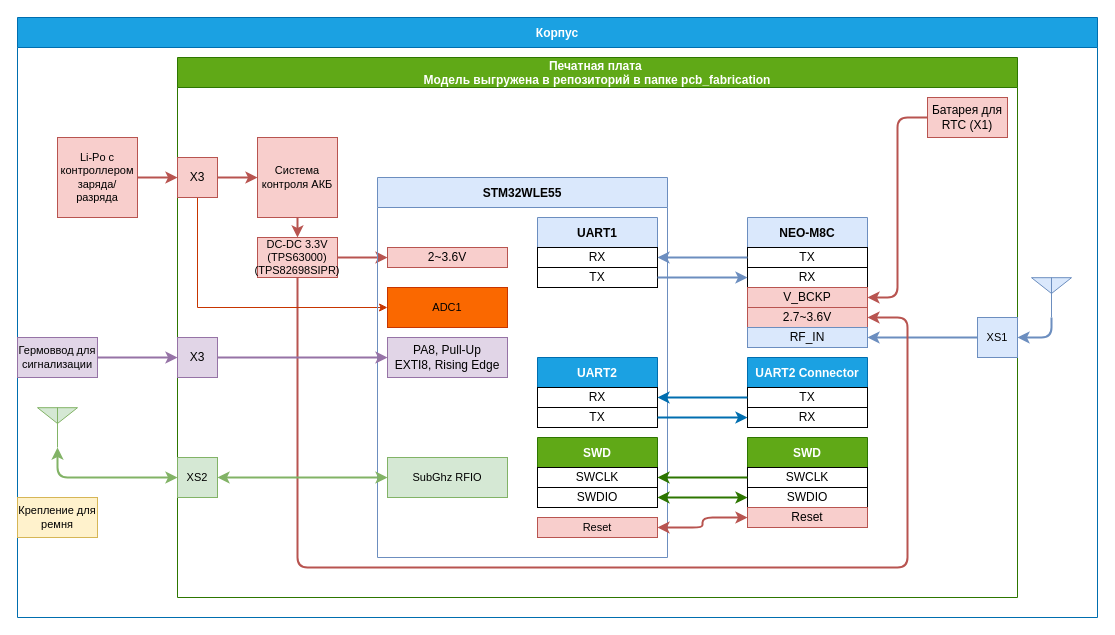
Before: doc/Структурная схема Peggy Tracker.drawio in Kvenecusghost/Peggy, a draw.io diagram. Source tidied: cells renumbered, new cells numbered last; positions are measured from the earlier drawing's top-left corner, leaving out a move shared by most shapes. Both pictures are drawn from the tidied source at 100%, with x=0, y=0 at pixel (17, 17).
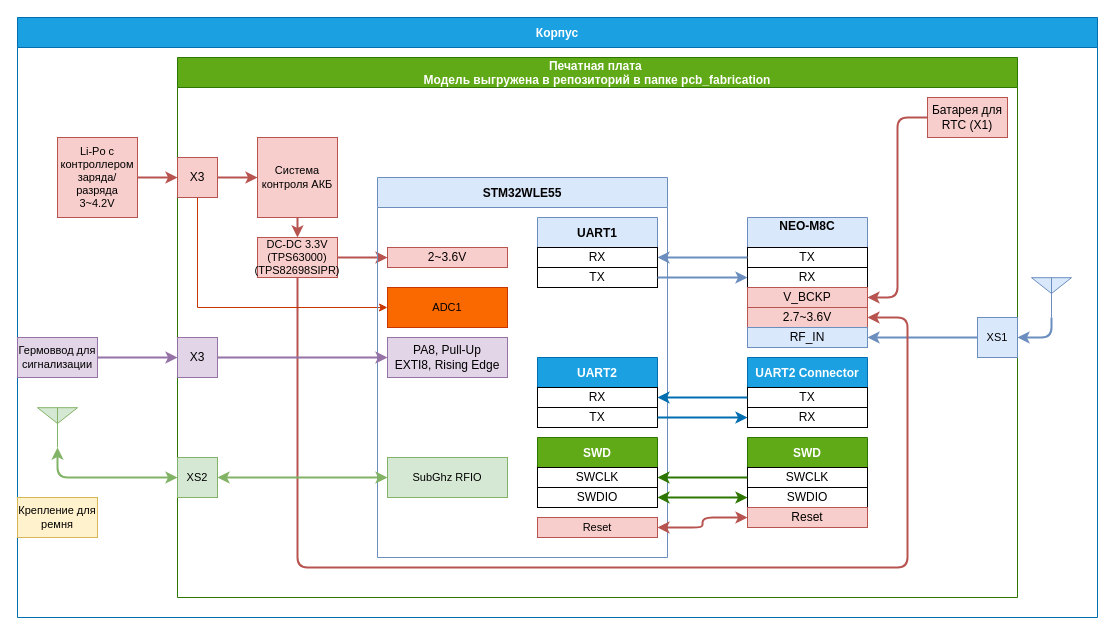
Above is the later version.

The change refers to these unchanged cells:
```xml
<mxCell id="2" value="Корпус" style="swimlane;startSize=30;fillColor=#1ba1e2;fontColor=#ffffff;strokeColor=#006EAF;" parent="1" vertex="1">
  <mxGeometry width="1080" height="600" as="geometry" />
</mxCell>
<mxCell id="3" value="Печатная плата &#10;Модель выгружена в репозиторий в папке pcb_fabrication" style="swimlane;startSize=30;fillColor=#60a917;fontColor=#ffffff;strokeColor=#2D7600;" parent="2" vertex="1">
  <mxGeometry x="160" y="40" width="840" height="540" as="geometry" />
</mxCell>
```

Diff of the diagram source:
```diff
@@
-    <mxCell id="32" value="NEO-M8C" style="swimlane;startSize=30;fillColor=#dae8fc;strokeColor=#6c8ebf;" parent="3" vertex="1">
+    <mxCell id="32" value="NEO-M8C&#10;" style="swimlane;startSize=30;fillColor=#dae8fc;strokeColor=#6c8ebf;" parent="3" vertex="1">
       <mxGeometry x="570" y="160" width="120" height="130" as="geometry" />
     </mxCell>
@@
-    <mxCell id="57" value="Li-Po с контроллером заряда/разряда" style="rounded=0;whiteSpace=wrap;html=1;fontSize=11;fillColor=#f8cecc;strokeColor=#b85450;" parent="2" vertex="1">
+    <mxCell id="57" value="Li-Po с контроллером заряда/разряда&lt;br&gt;3~4.2V" style="rounded=0;whiteSpace=wrap;html=1;fontSize=11;fillColor=#f8cecc;strokeColor=#b85450;" parent="2" vertex="1">
       <mxGeometry x="40" y="120" width="80" height="80" as="geometry" />
     </mxCell>
```
